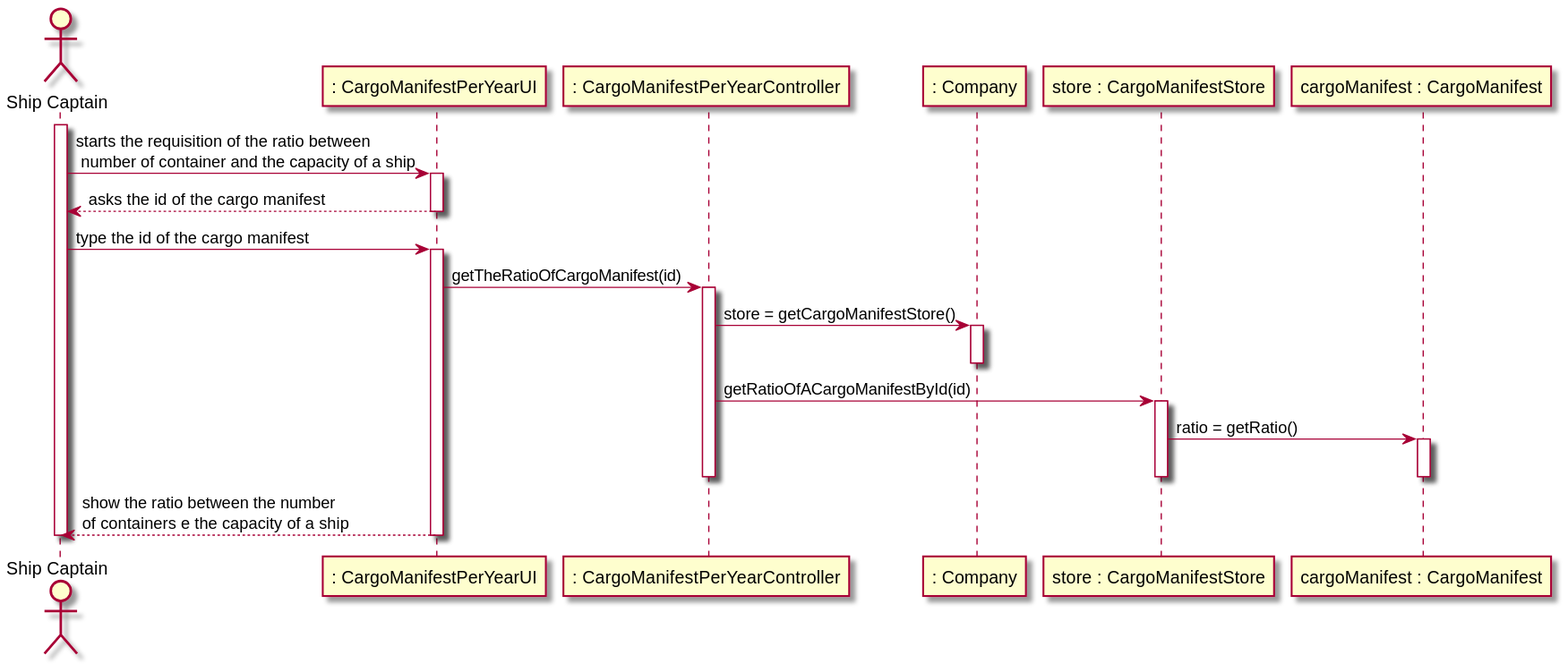
This is docs/US208/SD_US208.svg from 0franciscor/lapr3-2021-g042, a PlantUML export, as it was before one commit.
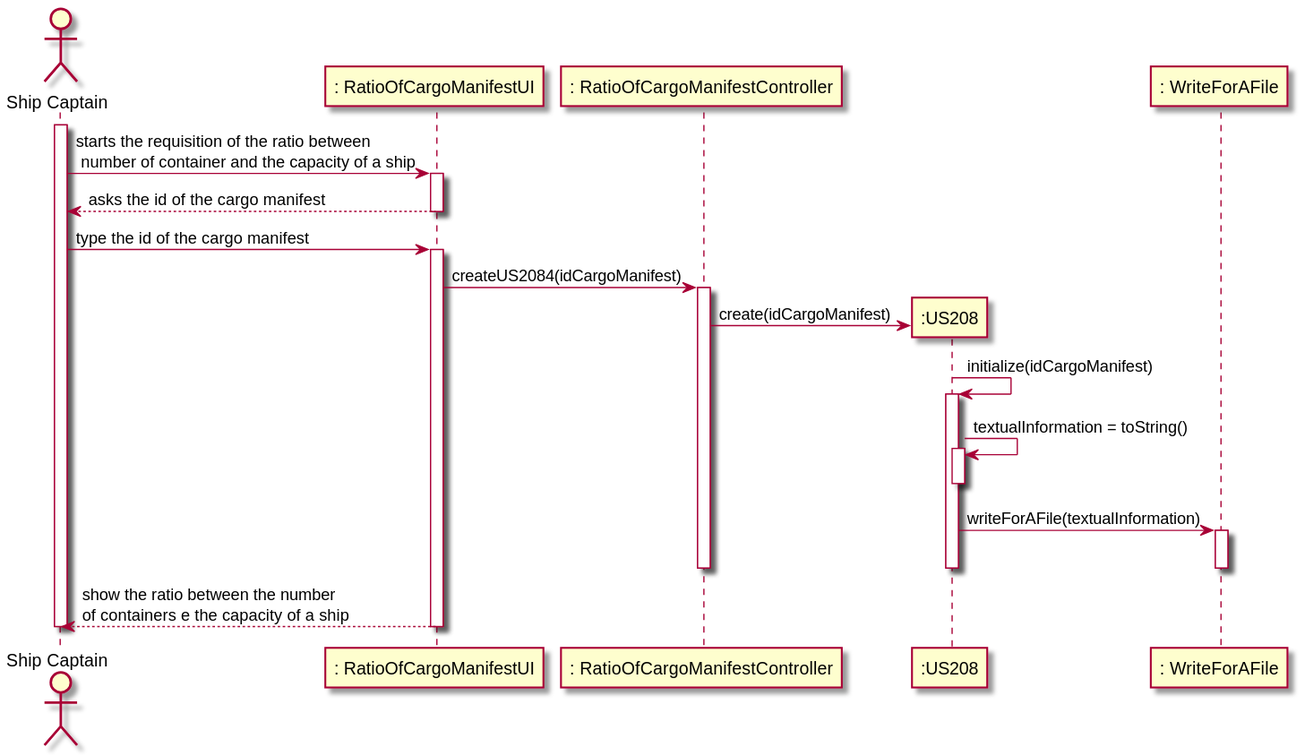
Above is the later version.

What changed in the source:
```diff
@@ -1,11 +1,10 @@
 @startuml
 
 actor "Ship Captain" as SC
-participant ": CargoManifestPerYearUI" as UI
-participant ": CargoManifestPerYearController" as CT
-participant ": Company" as CP
-participant "store : CargoManifestStore" as ST
-participant "cargoManifest : CargoManifest" as CM
+participant ": RatioOfCargoManifestUI" as UI
+participant ": RatioOfCargoManifestController" as CT
+participant ":US208" as US
+participant ": WriteForAFile" as WF
 
 
 activate SC
@@ -15,17 +14,21 @@
 deactivate UI
 SC -> UI : type the id of the cargo manifest
 activate UI
-UI->CT : getTheRatioOfCargoManifest(id)
+UI->CT : createUS2084(idCargoManifest)
 activate CT
-CT-> CP : store = getCargoManifestStore()
-activate CP
-deactivate CP
-CT -> ST : getRatioOfACargoManifestById(id)
-activate ST
-ST -> CM : ratio = getRatio()
-activate CM
-deactivate CM
-deactivate ST
+CT -> US** : create(idCargoManifest)
+US -> US : initialize(idCargoManifest)
+activate US
+US -> US : textualInformation = toString()
+activate US
+deactivate US
+US -> WF : writeForAFile(textualInformation)
+
+activate WF
+deactivate WF
+deactivate US
+deactivate CT
+
 
 deactivate CT
 UI-->SC : show the ratio between the number \nof containers e the capacity of a ship
```
